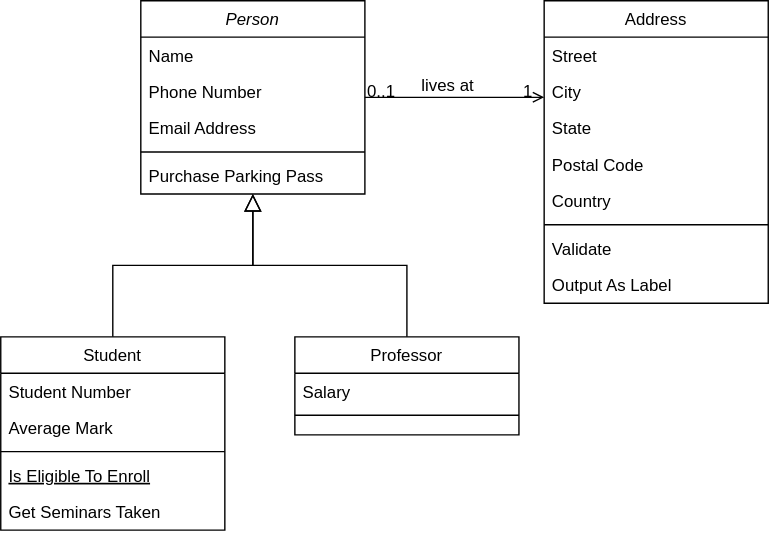
The draw.io diagram 理疗/理疗末端rpc服务.svg in Durpe/Drawio, before a commit. Source tidied: cells renumbered, new cells last; positions are measured from the earlier drawing's top-left corner, leaving out a move shared by most shapes. The source it was exported from:
```xml
<mxGraphModel>
  <root>
    <mxCell id="0" />
    <mxCell id="1" parent="0" />
    <mxCell id="2" value="Person" style="swimlane;fontStyle=2;align=center;verticalAlign=top;horizontal=1;startSize=26;rounded=0;shadow=0;strokeWidth=1;" parent="1" vertex="1">
      <mxGeometry x="100" width="160" height="138" as="geometry" />
    </mxCell>
    <mxCell id="3" value="Name" style="text;align=left;verticalAlign=top;spacingLeft=4;spacingRight=4;overflow=hidden;" parent="2" vertex="1">
      <mxGeometry y="26" width="160" height="26" as="geometry" />
    </mxCell>
    <mxCell id="4" value="Phone Number" style="text;align=left;verticalAlign=top;spacingLeft=4;spacingRight=4;overflow=hidden;rounded=0;shadow=0;html=0;" parent="2" vertex="1">
      <mxGeometry y="52" width="160" height="26" as="geometry" />
    </mxCell>
    <mxCell id="5" value="Email Address" style="text;align=left;verticalAlign=top;spacingLeft=4;spacingRight=4;overflow=hidden;rounded=0;shadow=0;html=0;" parent="2" vertex="1">
      <mxGeometry y="78" width="160" height="26" as="geometry" />
    </mxCell>
    <mxCell id="6" style="line;html=1;strokeWidth=1;align=left;verticalAlign=middle;spacingTop=-1;spacingLeft=3;spacingRight=3;labelPosition=right;" parent="2" vertex="1">
      <mxGeometry y="104" width="160" height="8" as="geometry" />
    </mxCell>
    <mxCell id="7" value="Purchase Parking Pass" style="text;align=left;verticalAlign=top;spacingLeft=4;spacingRight=4;overflow=hidden;" parent="2" vertex="1">
      <mxGeometry y="112" width="160" height="26" as="geometry" />
    </mxCell>
    <mxCell id="8" value="Student" style="swimlane;fontStyle=0;align=center;verticalAlign=top;horizontal=1;startSize=26;rounded=0;shadow=0;strokeWidth=1;" parent="1" vertex="1">
      <mxGeometry y="240" width="160" height="138" as="geometry" />
    </mxCell>
    <mxCell id="9" value="Student Number" style="text;align=left;verticalAlign=top;spacingLeft=4;spacingRight=4;overflow=hidden;" parent="8" vertex="1">
      <mxGeometry y="26" width="160" height="26" as="geometry" />
    </mxCell>
    <mxCell id="10" value="Average Mark" style="text;align=left;verticalAlign=top;spacingLeft=4;spacingRight=4;overflow=hidden;rounded=0;shadow=0;html=0;" parent="8" vertex="1">
      <mxGeometry y="52" width="160" height="26" as="geometry" />
    </mxCell>
    <mxCell id="11" style="line;html=1;strokeWidth=1;align=left;verticalAlign=middle;spacingTop=-1;spacingLeft=3;spacingRight=3;labelPosition=right;" parent="8" vertex="1">
      <mxGeometry y="78" width="160" height="8" as="geometry" />
    </mxCell>
    <mxCell id="12" value="Is Eligible To Enroll" style="text;align=left;verticalAlign=top;spacingLeft=4;spacingRight=4;overflow=hidden;fontStyle=4;" parent="8" vertex="1">
      <mxGeometry y="86" width="160" height="26" as="geometry" />
    </mxCell>
    <mxCell id="13" value="Get Seminars Taken" style="text;align=left;verticalAlign=top;spacingLeft=4;spacingRight=4;overflow=hidden;" parent="8" vertex="1">
      <mxGeometry y="112" width="160" height="26" as="geometry" />
    </mxCell>
    <mxCell id="14" style="endArrow=block;endSize=10;endFill=0;shadow=0;strokeWidth=1;rounded=0;edgeStyle=elbowEdgeStyle;elbow=vertical;" parent="1" edge="1" source="8" target="2">
      <mxGeometry relative="1" as="geometry" />
    </mxCell>
    <mxCell id="15" value="Professor" style="swimlane;fontStyle=0;align=center;verticalAlign=top;horizontal=1;startSize=26;rounded=0;shadow=0;strokeWidth=1;" parent="1" vertex="1">
      <mxGeometry x="210" y="240" width="160" height="70" as="geometry" />
    </mxCell>
    <mxCell id="16" value="Salary" style="text;align=left;verticalAlign=top;spacingLeft=4;spacingRight=4;overflow=hidden;" parent="15" vertex="1">
      <mxGeometry y="26" width="160" height="26" as="geometry" />
    </mxCell>
    <mxCell id="17" style="line;html=1;strokeWidth=1;align=left;verticalAlign=middle;spacingTop=-1;spacingLeft=3;spacingRight=3;labelPosition=right;" parent="15" vertex="1">
      <mxGeometry y="52" width="160" height="8" as="geometry" />
    </mxCell>
    <mxCell id="18" style="endArrow=block;endSize=10;endFill=0;shadow=0;strokeWidth=1;rounded=0;edgeStyle=elbowEdgeStyle;elbow=vertical;" parent="1" edge="1" source="15" target="2">
      <mxGeometry relative="1" as="geometry" />
    </mxCell>
    <mxCell id="19" value="Address" style="swimlane;fontStyle=0;align=center;verticalAlign=top;horizontal=1;startSize=26;rounded=0;shadow=0;strokeWidth=1;" parent="1" vertex="1">
      <mxGeometry x="388" width="160" height="216" as="geometry" />
    </mxCell>
    <mxCell id="20" value="Street" style="text;align=left;verticalAlign=top;spacingLeft=4;spacingRight=4;overflow=hidden;" parent="19" vertex="1">
      <mxGeometry y="26" width="160" height="26" as="geometry" />
    </mxCell>
    <mxCell id="21" value="City" style="text;align=left;verticalAlign=top;spacingLeft=4;spacingRight=4;overflow=hidden;rounded=0;shadow=0;html=0;" parent="19" vertex="1">
      <mxGeometry y="52" width="160" height="26" as="geometry" />
    </mxCell>
    <mxCell id="22" value="State" style="text;align=left;verticalAlign=top;spacingLeft=4;spacingRight=4;overflow=hidden;rounded=0;shadow=0;html=0;" parent="19" vertex="1">
      <mxGeometry y="78" width="160" height="26" as="geometry" />
    </mxCell>
    <mxCell id="23" value="Postal Code" style="text;align=left;verticalAlign=top;spacingLeft=4;spacingRight=4;overflow=hidden;rounded=0;shadow=0;html=0;" parent="19" vertex="1">
      <mxGeometry y="104" width="160" height="26" as="geometry" />
    </mxCell>
    <mxCell id="24" value="Country" style="text;align=left;verticalAlign=top;spacingLeft=4;spacingRight=4;overflow=hidden;rounded=0;shadow=0;html=0;" parent="19" vertex="1">
      <mxGeometry y="130" width="160" height="26" as="geometry" />
    </mxCell>
    <mxCell id="25" style="line;html=1;strokeWidth=1;align=left;verticalAlign=middle;spacingTop=-1;spacingLeft=3;spacingRight=3;labelPosition=right;" parent="19" vertex="1">
      <mxGeometry y="156" width="160" height="8" as="geometry" />
    </mxCell>
    <mxCell id="26" value="Validate" style="text;align=left;verticalAlign=top;spacingLeft=4;spacingRight=4;overflow=hidden;" parent="19" vertex="1">
      <mxGeometry y="164" width="160" height="26" as="geometry" />
    </mxCell>
    <mxCell id="27" value="Output As Label" style="text;align=left;verticalAlign=top;spacingLeft=4;spacingRight=4;overflow=hidden;" parent="19" vertex="1">
      <mxGeometry y="190" width="160" height="26" as="geometry" />
    </mxCell>
    <mxCell id="28" style="endArrow=open;shadow=0;strokeWidth=1;rounded=0;endFill=1;edgeStyle=elbowEdgeStyle;elbow=vertical;" parent="1" edge="1" source="2" target="19">
      <mxGeometry x="0.5" y="41" relative="1" as="geometry">
        <mxPoint x="-40" y="32" as="offset" />
      </mxGeometry>
    </mxCell>
    <mxCell id="29" value="0..1" style="align=left;verticalAlign=bottom;labelBackgroundColor=none;fontSize=12;" parent="28" vertex="1">
      <mxGeometry x="-1" relative="1" as="geometry">
        <mxPoint y="4" as="offset" />
      </mxGeometry>
    </mxCell>
    <mxCell id="30" value="1" style="align=right;verticalAlign=bottom;labelBackgroundColor=none;fontSize=12;" parent="28" vertex="1">
      <mxGeometry x="1" relative="1" as="geometry">
        <mxPoint x="-7" y="4" as="offset" />
      </mxGeometry>
    </mxCell>
    <mxCell id="31" value="lives at" style="text;html=1;align=center;verticalAlign=middle;labelBackgroundColor=none;rounded=0;shadow=0;strokeWidth=1;fontSize=12;" parent="28" vertex="1">
      <mxGeometry x="0.5" y="49" relative="1" as="geometry">
        <mxPoint x="-38" y="40" as="offset" />
      </mxGeometry>
    </mxCell>
  </root>
</mxGraphModel>
```
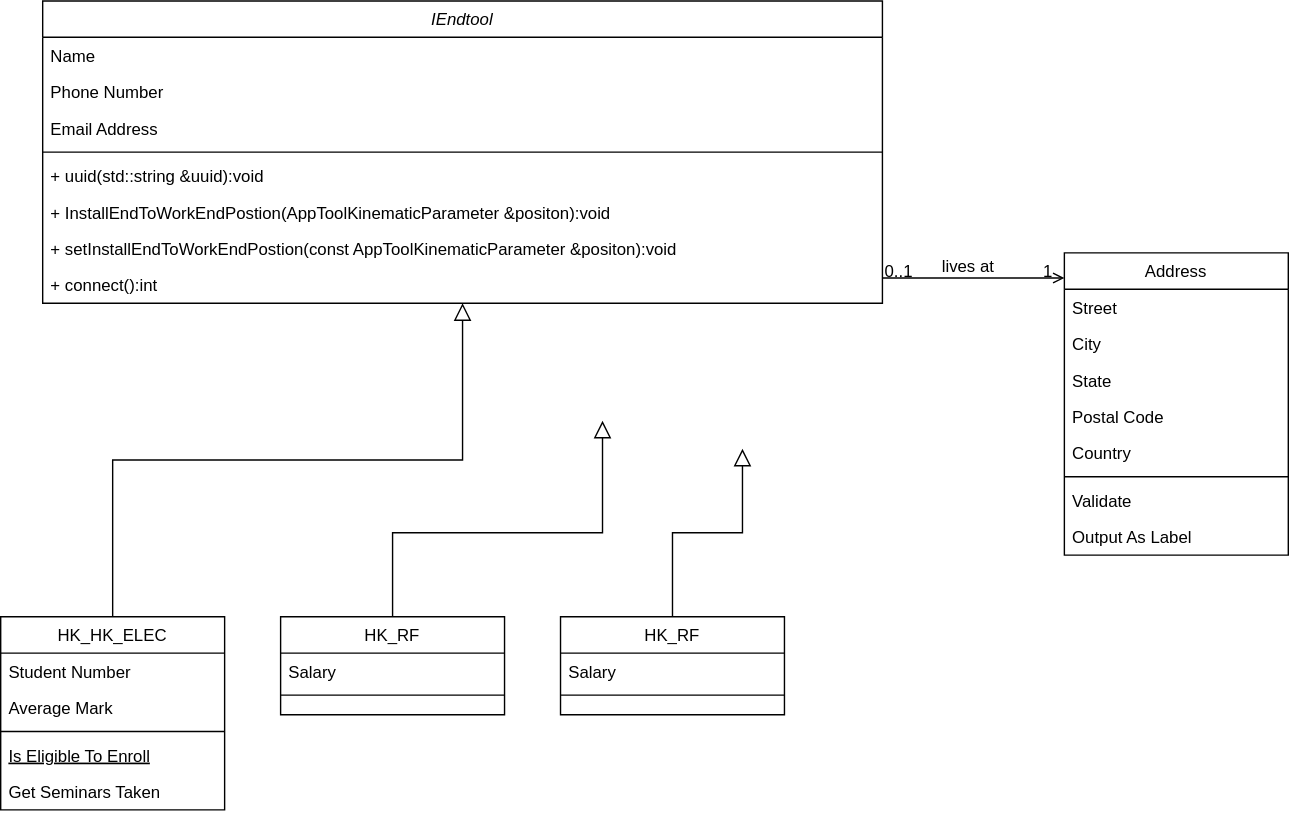
After the change.

Commit message:
更新理疗末端rpc服务.svg

Diff of the diagram source:
```diff
@@ -2,26 +2,35 @@
   <root>
     <mxCell id="0" />
     <mxCell id="1" parent="0" />
-    <mxCell id="2" value="Person" style="swimlane;fontStyle=2;align=center;verticalAlign=top;horizontal=1;startSize=26;rounded=0;shadow=0;strokeWidth=1;" parent="1" vertex="1">
-      <mxGeometry x="100" width="160" height="138" as="geometry" />
+    <mxCell id="2" value="IEndtool" style="swimlane;fontStyle=2;align=center;verticalAlign=top;horizontal=1;startSize=26;rounded=0;shadow=0;strokeWidth=1;" parent="1" vertex="1">
+      <mxGeometry x="-170" y="-200" width="600" height="216" as="geometry" />
     </mxCell>
     <mxCell id="3" value="Name" style="text;align=left;verticalAlign=top;spacingLeft=4;spacingRight=4;overflow=hidden;" parent="2" vertex="1">
-      <mxGeometry y="26" width="160" height="26" as="geometry" />
+      <mxGeometry y="26" width="600" height="26" as="geometry" />
     </mxCell>
     <mxCell id="4" value="Phone Number" style="text;align=left;verticalAlign=top;spacingLeft=4;spacingRight=4;overflow=hidden;rounded=0;shadow=0;html=0;" parent="2" vertex="1">
-      <mxGeometry y="52" width="160" height="26" as="geometry" />
+      <mxGeometry y="52" width="600" height="26" as="geometry" />
     </mxCell>
     <mxCell id="5" value="Email Address" style="text;align=left;verticalAlign=top;spacingLeft=4;spacingRight=4;overflow=hidden;rounded=0;shadow=0;html=0;" parent="2" vertex="1">
-      <mxGeometry y="78" width="160" height="26" as="geometry" />
+      <mxGeometry y="78" width="600" height="26" as="geometry" />
     </mxCell>
     <mxCell id="6" style="line;html=1;strokeWidth=1;align=left;verticalAlign=middle;spacingTop=-1;spacingLeft=3;spacingRight=3;labelPosition=right;" parent="2" vertex="1">
-      <mxGeometry y="104" width="160" height="8" as="geometry" />
+      <mxGeometry y="104" width="600" height="8" as="geometry" />
     </mxCell>
-    <mxCell id="7" value="Purchase Parking Pass" style="text;align=left;verticalAlign=top;spacingLeft=4;spacingRight=4;overflow=hidden;" parent="2" vertex="1">
-      <mxGeometry y="112" width="160" height="26" as="geometry" />
+    <mxCell id="7" value="+ uuid(std::string &amp;uuid):void" style="text;align=left;verticalAlign=top;spacingLeft=4;spacingRight=4;overflow=hidden;" parent="2" vertex="1">
+      <mxGeometry y="112" width="600" height="26" as="geometry" />
     </mxCell>
+    <mxCell id="32" value="+ InstallEndToWorkEndPostion(AppToolKinematicParameter &amp;positon):void" style="text;align=left;verticalAlign=top;spacingLeft=4;spacingRight=4;overflow=hidden;" parent="2" vertex="1">
+      <mxGeometry y="138" width="600" height="26" as="geometry" />
+    </mxCell>
+    <mxCell id="33" value="+ setInstallEndToWorkEndPostion(const AppToolKinematicParameter &amp;positon):void" style="text;align=left;verticalAlign=top;spacingLeft=4;spacingRight=4;overflow=hidden;" parent="2" vertex="1">
+      <mxGeometry y="164" width="600" height="26" as="geometry" />
+    </mxCell>
+    <mxCell id="34" value="+ connect():int" style="text;align=left;verticalAlign=top;spacingLeft=4;spacingRight=4;overflow=hidden;" parent="2" vertex="1">
+      <mxGeometry y="190" width="600" height="26" as="geometry" />
+    </mxCell>
-    <mxCell id="8" value="Student" style="swimlane;fontStyle=0;align=center;verticalAlign=top;horizontal=1;startSize=26;rounded=0;shadow=0;strokeWidth=1;" parent="1" vertex="1">
-      <mxGeometry y="240" width="160" height="138" as="geometry" />
+    <mxCell id="8" value="HK_HK_ELEC" style="swimlane;fontStyle=0;align=center;verticalAlign=top;horizontal=1;startSize=26;rounded=0;shadow=0;strokeWidth=1;" parent="1" vertex="1">
+      <mxGeometry x="-200" y="240" width="160" height="138" as="geometry" />
     </mxCell>
     <mxCell id="9" value="Student Number" style="text;align=left;verticalAlign=top;spacingLeft=4;spacingRight=4;overflow=hidden;" parent="8" vertex="1">
       <mxGeometry y="26" width="160" height="26" as="geometry" />
@@ -41,8 +50,8 @@
     <mxCell id="14" style="endArrow=block;endSize=10;endFill=0;shadow=0;strokeWidth=1;rounded=0;edgeStyle=elbowEdgeStyle;elbow=vertical;" parent="1" edge="1" source="8" target="2">
       <mxGeometry relative="1" as="geometry" />
     </mxCell>
-    <mxCell id="15" value="Professor" style="swimlane;fontStyle=0;align=center;verticalAlign=top;horizontal=1;startSize=26;rounded=0;shadow=0;strokeWidth=1;" parent="1" vertex="1">
-      <mxGeometry x="210" y="240" width="160" height="70" as="geometry" />
+    <mxCell id="15" value="HK_RF" style="swimlane;fontStyle=0;align=center;verticalAlign=top;horizontal=1;startSize=26;rounded=0;shadow=0;strokeWidth=1;" parent="1" vertex="1">
+      <mxGeometry y="240" width="160" height="70" as="geometry" />
     </mxCell>
     <mxCell id="16" value="Salary" style="text;align=left;verticalAlign=top;spacingLeft=4;spacingRight=4;overflow=hidden;" parent="15" vertex="1">
       <mxGeometry y="26" width="160" height="26" as="geometry" />
@@ -50,11 +59,16 @@
     <mxCell id="17" style="line;html=1;strokeWidth=1;align=left;verticalAlign=middle;spacingTop=-1;spacingLeft=3;spacingRight=3;labelPosition=right;" parent="15" vertex="1">
       <mxGeometry y="52" width="160" height="8" as="geometry" />
     </mxCell>
-    <mxCell id="18" style="endArrow=block;endSize=10;endFill=0;shadow=0;strokeWidth=1;rounded=0;edgeStyle=elbowEdgeStyle;elbow=vertical;" parent="1" edge="1" source="15" target="2">
-      <mxGeometry relative="1" as="geometry" />
+    <mxCell id="18" style="endArrow=block;endSize=10;endFill=0;shadow=0;strokeWidth=1;rounded=0;edgeStyle=elbowEdgeStyle;elbow=vertical;exitX=0.5;exitY=0;exitDx=0;exitDy=0;" parent="1" edge="1" source="15">
+      <mxGeometry relative="1" as="geometry">
+        <mxPoint x="230" y="100" as="targetPoint" />
+        <Array as="points">
+          <mxPoint x="220" y="180" />
+        </Array>
+      </mxGeometry>
     </mxCell>
     <mxCell id="19" value="Address" style="swimlane;fontStyle=0;align=center;verticalAlign=top;horizontal=1;startSize=26;rounded=0;shadow=0;strokeWidth=1;" parent="1" vertex="1">
-      <mxGeometry x="388" width="160" height="216" as="geometry" />
+      <mxGeometry x="560" y="-20" width="160" height="216" as="geometry" />
     </mxCell>
     <mxCell id="20" value="Street" style="text;align=left;verticalAlign=top;spacingLeft=4;spacingRight=4;overflow=hidden;" parent="19" vertex="1">
       <mxGeometry y="26" width="160" height="26" as="geometry" />
@@ -100,5 +114,19 @@
         <mxPoint x="-38" y="40" as="offset" />
       </mxGeometry>
     </mxCell>
+    <mxCell id="35" value="HK_RF" style="swimlane;fontStyle=0;align=center;verticalAlign=top;horizontal=1;startSize=26;rounded=0;shadow=0;strokeWidth=1;" parent="1" vertex="1">
+      <mxGeometry x="200" y="240" width="160" height="70" as="geometry" />
+    </mxCell>
+    <mxCell id="36" value="Salary" style="text;align=left;verticalAlign=top;spacingLeft=4;spacingRight=4;overflow=hidden;" parent="35" vertex="1">
+      <mxGeometry y="26" width="160" height="26" as="geometry" />
+    </mxCell>
+    <mxCell id="37" style="line;html=1;strokeWidth=1;align=left;verticalAlign=middle;spacingTop=-1;spacingLeft=3;spacingRight=3;labelPosition=right;" parent="35" vertex="1">
+      <mxGeometry y="52" width="160" height="8" as="geometry" />
+    </mxCell>
+    <mxCell id="38" style="endArrow=block;endSize=10;endFill=0;shadow=0;strokeWidth=1;rounded=0;edgeStyle=elbowEdgeStyle;elbow=vertical;" parent="1" edge="1" source="35">
+      <mxGeometry relative="1" as="geometry">
+        <mxPoint x="330" y="120" as="targetPoint" />
+      </mxGeometry>
+    </mxCell>
   </root>
 </mxGraphModel>
```
